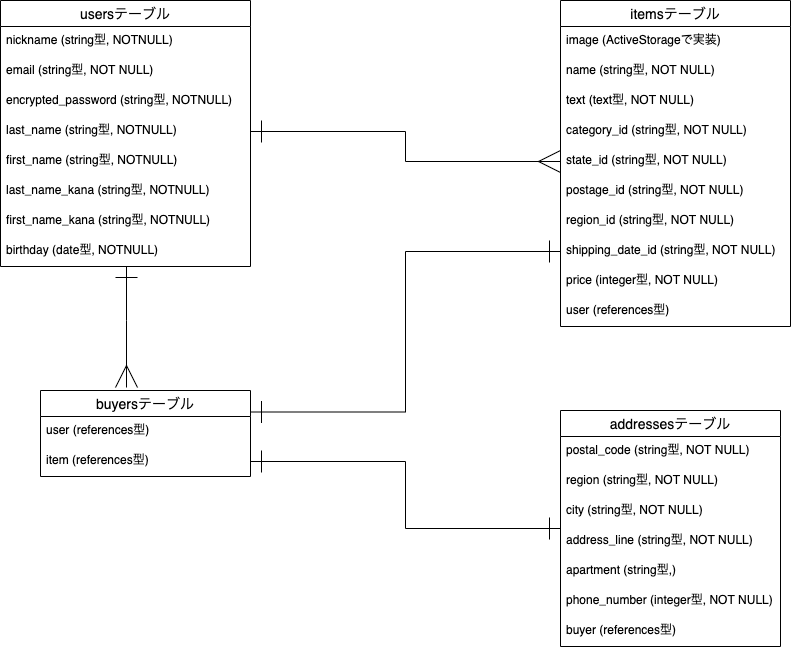
ginpen1/furima-34780 keeps this draw.io diagram as .drawio.png. Above is the earlier version. Source tidied: cells renumbered, new cells last; positions are measured from the earlier drawing's top-left corner, leaving out a move shared by most shapes.
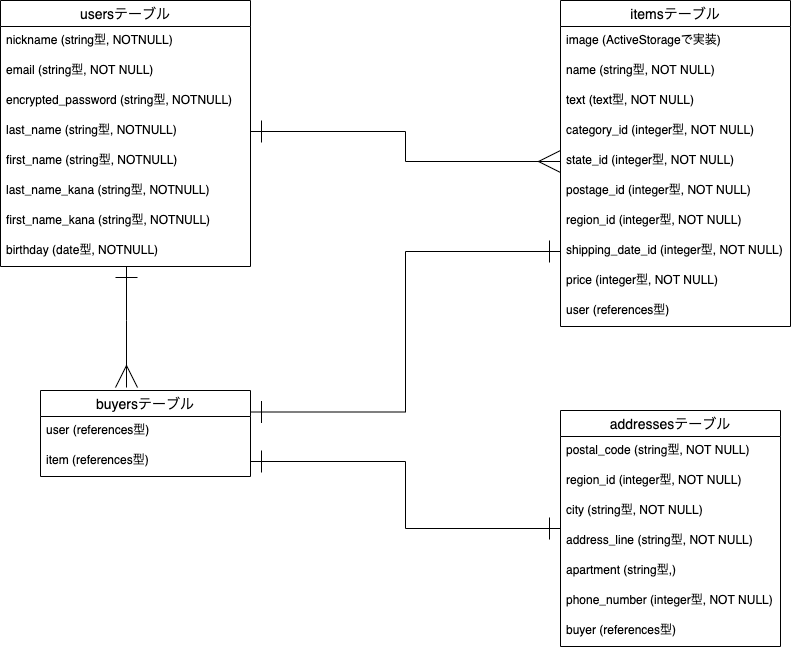
The same diagram one commit later.

Commit message:
regionカラムもActiveHashで実装予定のためカラム名を修正

The edit, as a diff of the source:
```diff
@@ -50,19 +50,19 @@
     <mxCell id="15" value="text (text型, NOT NULL)" style="text;strokeColor=none;fillColor=none;spacingLeft=4;spacingRight=4;overflow=hidden;fontSize=12;" parent="12" vertex="1">
       <mxGeometry y="86" width="230" height="30" as="geometry" />
     </mxCell>
-    <mxCell id="16" value="category_id (string型, NOT NULL)" style="text;strokeColor=none;fillColor=none;spacingLeft=4;spacingRight=4;overflow=hidden;fontSize=12;" parent="12" vertex="1">
+    <mxCell id="16" value="category_id (integer型, NOT NULL)" style="text;strokeColor=none;fillColor=none;spacingLeft=4;spacingRight=4;overflow=hidden;fontSize=12;" parent="12" vertex="1">
       <mxGeometry y="116" width="230" height="30" as="geometry" />
     </mxCell>
-    <mxCell id="17" value="state_id (string型, NOT NULL)" style="text;strokeColor=none;fillColor=none;spacingLeft=4;spacingRight=4;overflow=hidden;points=[[0,0.5],[1,0.5]];portConstraint=eastwest;fontSize=12;" parent="12" vertex="1">
+    <mxCell id="17" value="state_id (integer型, NOT NULL)" style="text;strokeColor=none;fillColor=none;spacingLeft=4;spacingRight=4;overflow=hidden;points=[[0,0.5],[1,0.5]];portConstraint=eastwest;fontSize=12;" parent="12" vertex="1">
       <mxGeometry y="146" width="230" height="30" as="geometry" />
     </mxCell>
-    <mxCell id="18" value="postage_id (string型, NOT NULL)" style="text;strokeColor=none;fillColor=none;spacingLeft=4;spacingRight=4;overflow=hidden;fontSize=12;" parent="12" vertex="1">
+    <mxCell id="18" value="postage_id (integer型, NOT NULL)" style="text;strokeColor=none;fillColor=none;spacingLeft=4;spacingRight=4;overflow=hidden;fontSize=12;" parent="12" vertex="1">
       <mxGeometry y="176" width="230" height="30" as="geometry" />
     </mxCell>
-    <mxCell id="19" value="region_id (string型, NOT NULL)" style="text;strokeColor=none;fillColor=none;spacingLeft=4;spacingRight=4;overflow=hidden;fontSize=12;" parent="12" vertex="1">
+    <mxCell id="19" value="region_id (integer型, NOT NULL)" style="text;strokeColor=none;fillColor=none;spacingLeft=4;spacingRight=4;overflow=hidden;fontSize=12;" parent="12" vertex="1">
       <mxGeometry y="206" width="230" height="30" as="geometry" />
     </mxCell>
-    <mxCell id="20" value="shipping_date_id (string型, NOT NULL)" style="text;strokeColor=none;fillColor=none;spacingLeft=4;spacingRight=4;overflow=hidden;points=[[0,0.5],[1,0.5]];portConstraint=eastwest;fontSize=12;" parent="12" vertex="1">
+    <mxCell id="20" value="shipping_date_id (integer型, NOT NULL)" style="text;strokeColor=none;fillColor=none;spacingLeft=4;spacingRight=4;overflow=hidden;points=[[0,0.5],[1,0.5]];portConstraint=eastwest;fontSize=12;" parent="12" vertex="1">
       <mxGeometry y="236" width="230" height="30" as="geometry" />
     </mxCell>
     <mxCell id="21" value="price (integer型, NOT NULL)" style="text;strokeColor=none;fillColor=none;spacingLeft=4;spacingRight=4;overflow=hidden;fontSize=12;" parent="12" vertex="1">
@@ -89,7 +89,7 @@
     <mxCell id="28" value="postal_code (string型, NOT NULL)" style="text;strokeColor=none;fillColor=none;spacingLeft=4;spacingRight=4;overflow=hidden;fontSize=12;" parent="27" vertex="1">
       <mxGeometry y="26" width="220" height="30" as="geometry" />
     </mxCell>
-    <mxCell id="29" value="region (string型, NOT NULL)" style="text;strokeColor=none;fillColor=none;spacingLeft=4;spacingRight=4;overflow=hidden;fontSize=12;" parent="27" vertex="1">
+    <mxCell id="29" value="region_id (integer型, NOT NULL)" style="text;strokeColor=none;fillColor=none;spacingLeft=4;spacingRight=4;overflow=hidden;fontSize=12;" parent="27" vertex="1">
       <mxGeometry y="56" width="220" height="30" as="geometry" />
     </mxCell>
     <mxCell id="30" value="city (string型, NOT NULL)" style="text;strokeColor=none;fillColor=none;spacingLeft=4;spacingRight=4;overflow=hidden;fontSize=12;" parent="27" vertex="1">
```
